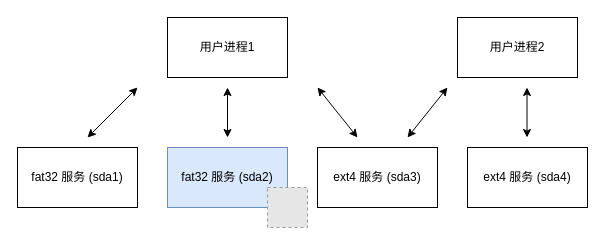
Earlier version of the draw.io diagram vfs/chfs_crash.drawio (ReimuYk/drawio_master_graduate_paper). Source tidied: cells renumbered, new cells numbered last; positions are measured from the earlier drawing's top-left corner, leaving out a move shared by most shapes. Both pictures are drawn from the tidied source at 100%, with x=0, y=0 at pixel (17, 17). Pictures stored in the file or linked from it are replaced by grey dashed boxes.
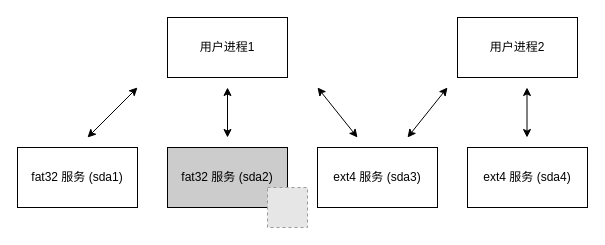
The same page after the edit.

The edit, as a diff of the source:
```diff
@@
 <mxGraphModel>
   <root>
     <mxCell id="0" />
     <mxCell id="1" parent="0" />
     <mxCell id="2" value="用户进程1" style="rounded=0;whiteSpace=wrap;html=1;" parent="1" vertex="1">
       <mxGeometry x="150" width="120" height="60" as="geometry" />
     </mxCell>
     <mxCell id="3" value="fat32 服务 (sda1)" style="rounded=0;whiteSpace=wrap;html=1;" parent="1" vertex="1">
       <mxGeometry y="130" width="120" height="60" as="geometry" />
     </mxCell>
-    <mxCell id="4" value="fat32 服务 (sda2)" style="rounded=0;whiteSpace=wrap;html=1;fillColor=#dae8fc;strokeColor=#6c8ebf;" parent="1" vertex="1">
+    <mxCell id="4" value="fat32 服务 (sda2)" style="rounded=0;whiteSpace=wrap;html=1;fillColor=#CCCCCC;strokeColor=#000000;" parent="1" vertex="1">
       <mxGeometry x="150" y="130" width="120" height="60" as="geometry" />
     </mxCell>
     <mxCell id="5" value="ext4 服务 (sda3)" style="rounded=0;whiteSpace=wrap;html=1;" parent="1" vertex="1">
       <mxGeometry x="300" y="130" width="120" height="60" as="geometry" />
     </mxCell>
     <mxCell id="6" style="endArrow=classic;startArrow=classic;html=1;rounded=0;strokeWidth=1;endSize=6;" parent="1" edge="1">
       <mxGeometry relative="1" as="geometry">
         <mxPoint x="70" y="120" as="sourcePoint" />
         <mxPoint x="120" y="70" as="targetPoint" />
       </mxGeometry>
     </mxCell>
     <mxCell id="7" style="endArrow=classic;startArrow=classic;html=1;rounded=0;strokeWidth=1;endSize=6;" parent="1" edge="1">
       <mxGeometry relative="1" as="geometry">
         <mxPoint x="210" y="120" as="sourcePoint" />
         <mxPoint x="210" y="70" as="targetPoint" />
       </mxGeometry>
     </mxCell>
     <mxCell id="8" style="endArrow=classic;startArrow=classic;html=1;rounded=0;strokeWidth=1;endSize=6;" parent="1" edge="1">
       <mxGeometry relative="1" as="geometry">
         <mxPoint x="340" y="120" as="sourcePoint" />
         <mxPoint x="300" y="70" as="targetPoint" />
       </mxGeometry>
     </mxCell>
     <mxCell id="9" style="fillColor=#E6E6E6;strokeColor=#999999;dashed=1;html=1;verticalAlign=top;verticalLabelPosition=bottom;labelBackgroundColor=#ffffff;" parent="1" vertex="1">
       <mxGeometry x="250" y="170" width="40" height="40" as="geometry" />
     </mxCell>
     <mxCell id="10" value="用户进程2" style="rounded=0;whiteSpace=wrap;html=1;" parent="1" vertex="1">
       <mxGeometry x="440" width="120" height="60" as="geometry" />
     </mxCell>
     <mxCell id="11" style="endArrow=classic;startArrow=classic;html=1;rounded=0;strokeWidth=1;endSize=6;" parent="1" edge="1">
       <mxGeometry relative="1" as="geometry">
         <mxPoint x="390" y="120" as="sourcePoint" />
         <mxPoint x="430" y="70" as="targetPoint" />
       </mxGeometry>
     </mxCell>
     <mxCell id="12" value="ext4 服务 (sda4)" style="rounded=0;whiteSpace=wrap;html=1;" parent="1" vertex="1">
       <mxGeometry x="450" y="130" width="120" height="60" as="geometry" />
     </mxCell>
     <mxCell id="13" style="endArrow=classic;startArrow=classic;html=1;rounded=0;strokeWidth=1;endSize=6;" parent="1" edge="1">
       <mxGeometry relative="1" as="geometry">
         <mxPoint x="509.5" y="120" as="sourcePoint" />
         <mxPoint x="509.5" y="70" as="targetPoint" />
       </mxGeometry>
     </mxCell>
   </root>
 </mxGraphModel>
```
